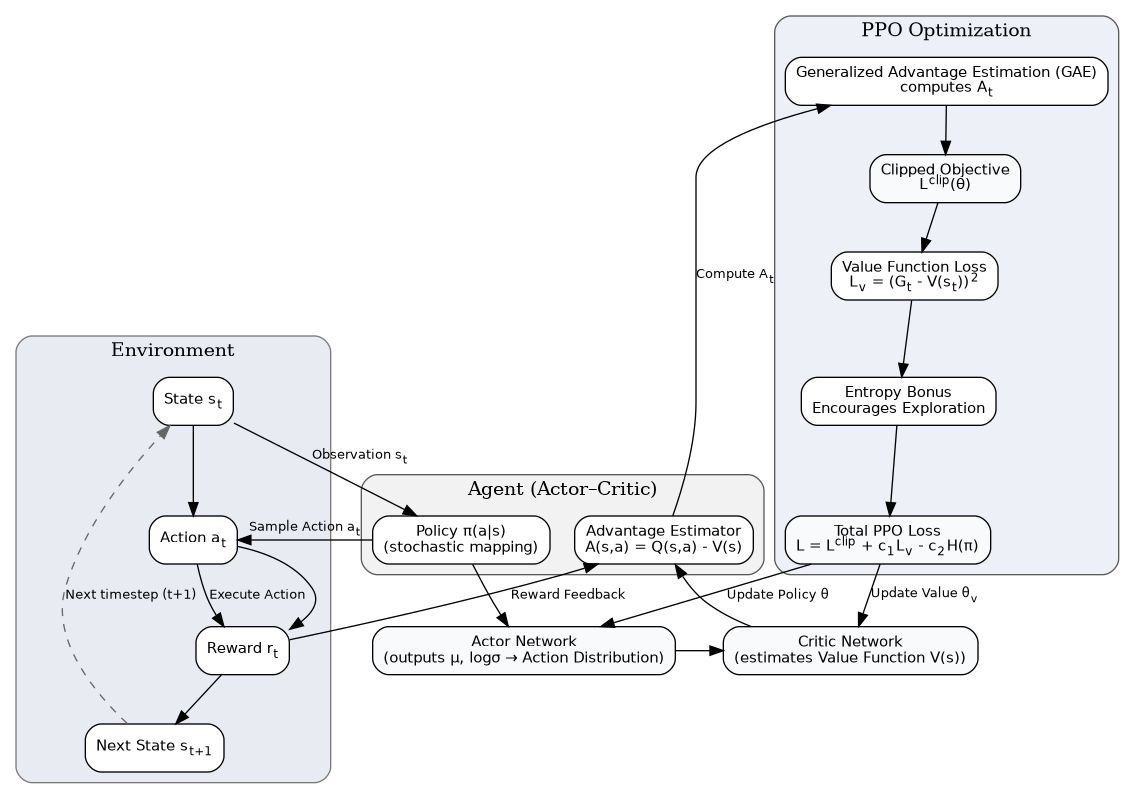
Above: notes/rl_flowchart_color.png in earlaleluya/rl-durotaxis (Graphviz), before the change. Its source is kept beside it as notes/rl_flowchart_color.dot.
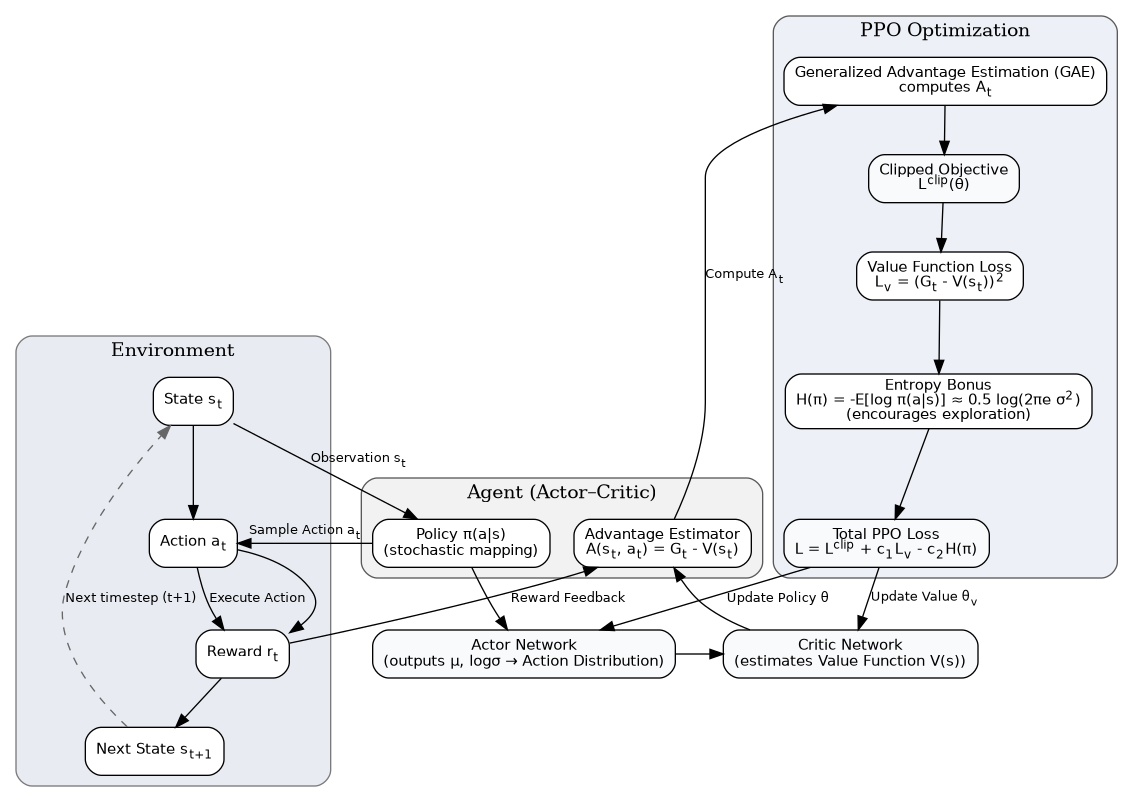
The same file after the commit.

Commit message:
docs: Update flowchart labels for clarity in rl_flowchart_color.dot and rl_flowchart_color.png

Change to the diagram source:
```diff
@@ -21,10 +21,10 @@
         color="#5a5a5a";
         style="rounded,filled";
         fillcolor="#f2f2f2"; // light gray
-        policy [label="Policy π(a|s)\n(stochastic mapping)", fillcolor="white"];
-        actor [label="Actor Network\n(outputs μ, logσ → Action Distribution)", fillcolor="#f9fafc"];
-        critic [label="Critic Network\n(estimates Value Function V(s))", fillcolor="#f9fafc"];
-        advantage [label="Advantage Estimator\nA(s,a) = Q(s,a) - V(s)", fillcolor="white"];
+        policy [label=<Policy π(a|s)<br/>(stochastic mapping)>, fillcolor="white"];
+        actor [label=<Actor Network<br/>(outputs μ, logσ → Action Distribution)>, fillcolor="#f9fafc"];
+    critic [label=<Critic Network<br/>(estimates Value Function V(s))>, fillcolor="#f9fafc"];
+    advantage [label=<Advantage Estimator<br/>A(s<sub>t</sub>, a<sub>t</sub>) = G<sub>t</sub> - V(s<sub>t</sub>)>, fillcolor="white"];
         policy -> actor -> critic -> advantage;
     }
 
@@ -36,7 +36,7 @@
     gae [label=<Generalized Advantage Estimation (GAE)<br/>computes A<sub>t</sub>>, fillcolor="white"];
     clip_obj [label=<Clipped Objective<br/>L<sup>clip</sup>(θ)>, fillcolor="#f9fafc"];
     value_loss [label=<Value Function Loss<br/>L<sub>v</sub> = (G<sub>t</sub> - V(s<sub>t</sub>))<sup>2</sup>>, fillcolor="white"];
-        entropy [label="Entropy Bonus\nEncourages Exploration", fillcolor="white"];
+    entropy [label=<Entropy Bonus<br/>H(π) = -E[log π(a|s)] ≈ 0.5 log(2πe σ<sup>2</sup>)<br/>(encourages exploration)>, fillcolor="white"];
     total_loss [label=<Total PPO Loss<br/>L = L<sup>clip</sup> + c<sub>1</sub>L<sub>v</sub> - c<sub>2</sub>H(π)>, fillcolor="#f9fafc"];
         gae -> clip_obj -> value_loss -> entropy -> total_loss;
     }
@@ -46,7 +46,7 @@
     a_t -> r_t [label="Execute Action"];
     r_t -> advantage [label="Reward Feedback"];
     advantage -> gae [label=<Compute A<sub>t</sub>>];
-    total_loss -> actor [label="Update Policy θ"];
+    total_loss -> actor [label=<Update Policy θ>];
     total_loss -> critic [label=<Update Value θ<sub>v</sub>>];
     s_tp1 -> s_t [style=dashed, color="gray40", label="Next timestep (t+1)"];
 
```
